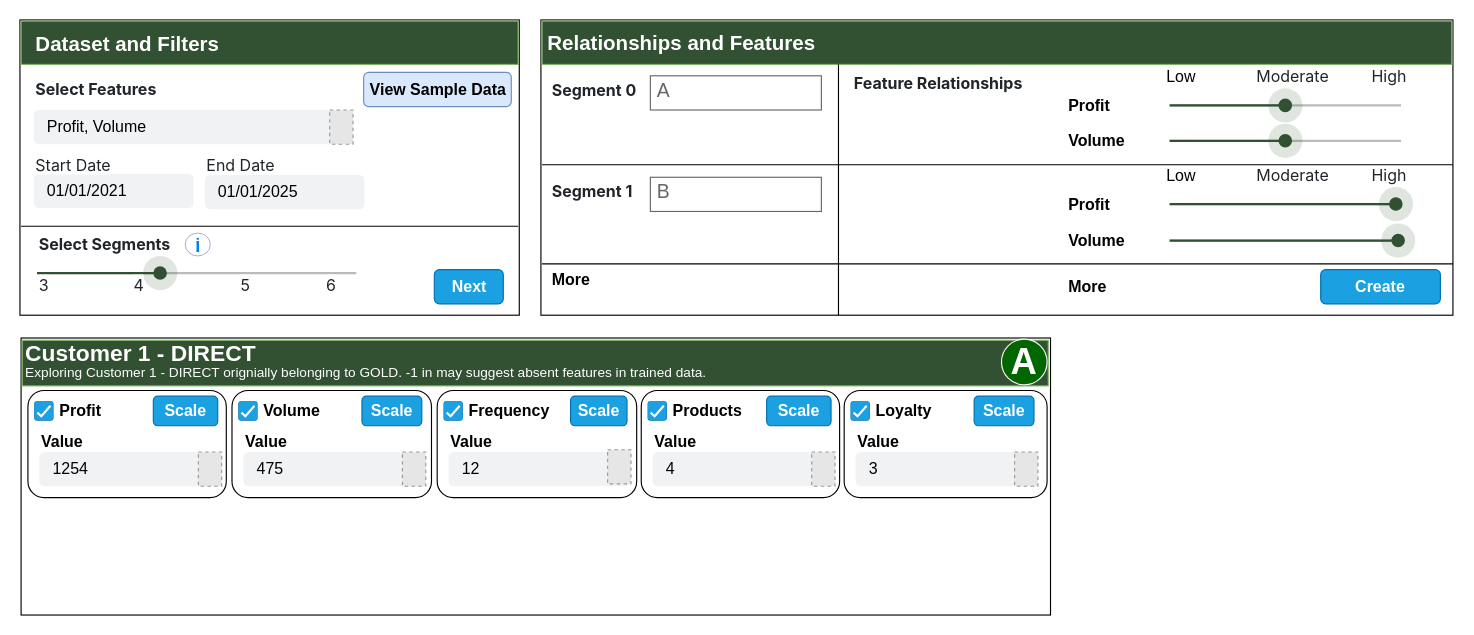
This is page "Page-1" (1 of 2) of ext/i_rel_03.drawio from raeeschaudhary/Coursera_Exams, a draw.io file, before an edit. Source tidied: cells renumbered, new cells numbered last; positions are measured from the earlier drawing's top-left corner, leaving out a move shared by most shapes. Both pictures are drawn from the tidied source at 114%, with x=0, y=0 at pixel (19, 19). Pictures stored in the file or linked from it are replaced by grey dashed boxes.
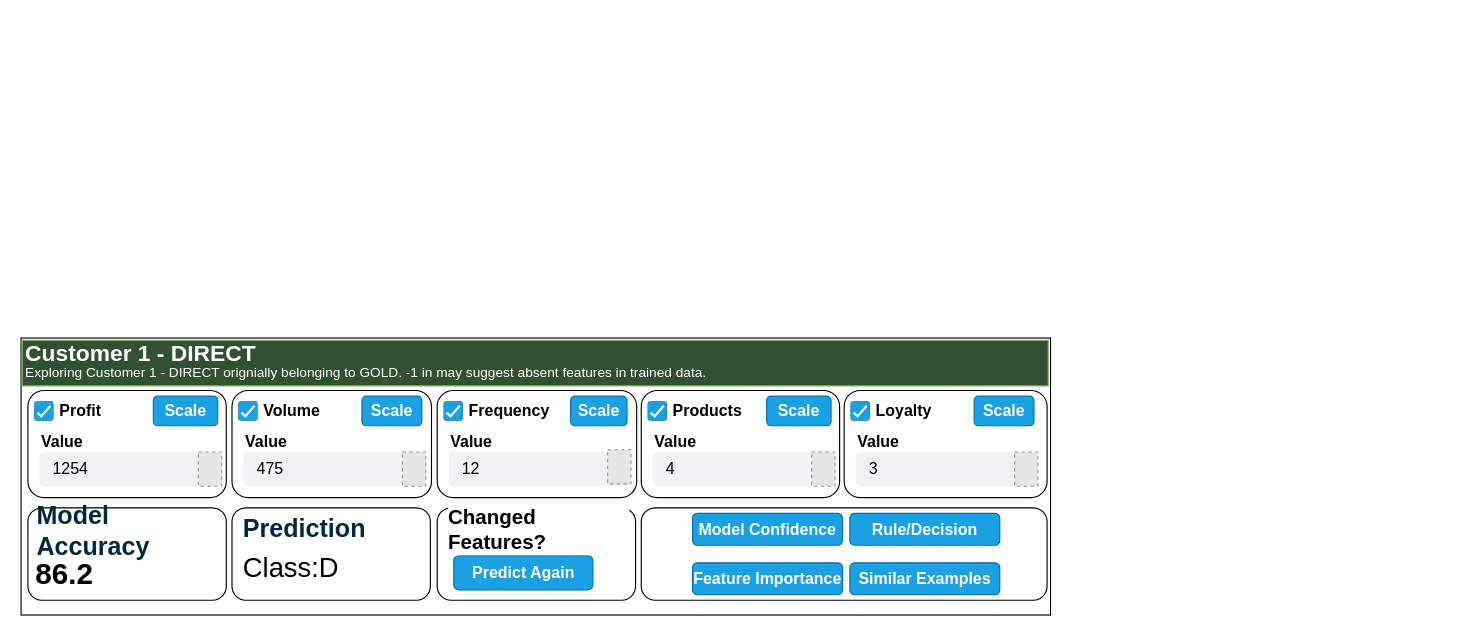
Above is the later version.

The edit, as a diff of the source:
```diff
@@
-    <mxCell id="2" style="rounded=0;whiteSpace=wrap;html=1;fillColor=none;fontFamily=corbel;" parent="1" vertex="1">
-      <mxGeometry x="457" width="800" height="259" as="geometry" />
-    </mxCell>
-    <mxCell id="3" style="rounded=0;whiteSpace=wrap;html=1;fillColor=none;fontFamily=corbel;" parent="1" vertex="1">
-      <mxGeometry width="438" height="259" as="geometry" />
-    </mxCell>
-    <mxCell id="4" style="rounded=0;whiteSpace=wrap;html=1;fillColor=light-dark(#325032, #1f2f1e);fillStyle=solid;strokeColor=#82b366;fontFamily=corbel;labelBorderColor=none;" parent="1" vertex="1">
-      <mxGeometry x="1" y="1" width="436" height="38" as="geometry" />
-    </mxCell>
-    <mxCell id="5" value="&lt;font face=&quot;Helvetica&quot;&gt;Dataset and Filters&lt;/font&gt;" style="text;html=1;align=left;verticalAlign=middle;whiteSpace=wrap;rounded=0;fontColor=#FFFFFF;fontStyle=1;fontSize=18;fontFamily=corbel;" parent="1" vertex="1">
-      <mxGeometry x="12.2" y="12" width="300" height="20" as="geometry" />
-    </mxCell>
-    <mxCell id="6" value="&lt;font face=&quot;-apple-system, BlinkMacSystemFont, Segoe UI, Roboto, Helvetica, Arial, sans-serif, Apple Color Emoji, Segoe UI Emoji&quot; color=&quot;#212529&quot;&gt;&lt;span style=&quot;background-color: rgb(255, 255, 255);&quot;&gt;Select Features&lt;/span&gt;&lt;/font&gt;" style="text;html=1;align=left;verticalAlign=middle;whiteSpace=wrap;rounded=0;fontSize=14;fontFamily=corbel;fontStyle=1;" parent="1" vertex="1">
-      <mxGeometry x="12.2" y="51" width="205.8" height="20" as="geometry" />
-    </mxCell>
-    <mxCell id="7" style="group;fontColor=light-dark(#000000,#010101);fontFamily=corbel;fontSize=16;" parent="1" vertex="1">
-      <mxGeometry x="12.2" y="135" width="140" height="31" as="geometry" />
-    </mxCell>
-    <mxCell id="8" value="01/01/2021" style="rounded=1;fillColor=light-dark(#F1F2F4,#FFFFFF);strokeColor=none;html=1;whiteSpace=wrap;fontColor=light-dark(#000000,#000000);align=left;fontSize=14;spacingLeft=10;sketch=0;fillStyle=solid;fontFamily=corbel;" parent="7" vertex="1">
-      <mxGeometry width="140" height="30" as="geometry" />
-    </mxCell>
-    <mxCell id="9" style="group;fontColor=light-dark(#000000,#010101);fontFamily=corbel;fontSize=16;" parent="1" vertex="1">
-      <mxGeometry x="162.2" y="136" width="140" height="31" as="geometry" />
-    </mxCell>
-    <mxCell id="10" value="01/01/2025" style="rounded=1;fillColor=light-dark(#F1F2F4,#FFFFFF);strokeColor=none;html=1;whiteSpace=wrap;fontColor=light-dark(#000000,#000000);align=left;fontSize=14;spacingLeft=10;sketch=0;fillStyle=solid;fontFamily=corbel;" parent="9" vertex="1">
-      <mxGeometry width="140" height="30" as="geometry" />
-    </mxCell>
-    <mxCell id="11" value="&lt;span style=&quot;color: rgb(33, 37, 41); font-family: -apple-system, BlinkMacSystemFont, &amp;quot;Segoe UI&amp;quot;, Roboto, Helvetica, Arial, sans-serif, &amp;quot;Apple Color Emoji&amp;quot;, &amp;quot;Segoe UI Emoji&amp;quot;; background-color: rgb(255, 255, 255);&quot;&gt;End Date&lt;/span&gt;" style="text;html=1;align=left;verticalAlign=middle;whiteSpace=wrap;rounded=0;fontSize=14;fontFamily=corbel;fontStyle=0;" parent="1" vertex="1">
-      <mxGeometry x="162.2" y="118" width="140" height="20" as="geometry" />
-    </mxCell>
-    <mxCell id="12" value="&lt;span style=&quot;color: rgb(33, 37, 41); font-family: -apple-system, BlinkMacSystemFont, &amp;quot;Segoe UI&amp;quot;, Roboto, Helvetica, Arial, sans-serif, &amp;quot;Apple Color Emoji&amp;quot;, &amp;quot;Segoe UI Emoji&amp;quot;; background-color: rgb(255, 255, 255);&quot;&gt;Start Date&lt;/span&gt;" style="text;html=1;align=left;verticalAlign=middle;whiteSpace=wrap;rounded=0;fontSize=14;fontFamily=corbel;fontStyle=0;" parent="1" vertex="1">
-      <mxGeometry x="12.2" y="118" width="140" height="20" as="geometry" />
-    </mxCell>
-    <mxCell id="13" value="&lt;font face=&quot;-apple-system, BlinkMacSystemFont, Segoe UI, Roboto, Helvetica, Arial, sans-serif, Apple Color Emoji, Segoe UI Emoji&quot; color=&quot;#212529&quot;&gt;&lt;span style=&quot;background-color: rgb(255, 255, 255);&quot;&gt;Select Segments&lt;/span&gt;&lt;/font&gt;" style="text;html=1;align=left;verticalAlign=middle;whiteSpace=wrap;rounded=0;fontSize=14;fontFamily=corbel;fontStyle=1;" parent="1" vertex="1">
-      <mxGeometry x="15" y="187" width="360" height="20" as="geometry" />
-    </mxCell>
-    <mxCell id="14" style="dashed=0;verticalLabelPosition=bottom;verticalAlign=top;align=center;shape=mxgraph.gmdl.sliderFocused;barPos=38.57;strokeColor=light-dark(#325032, #91a1f7);opacity=100;strokeWidth=2;fillColor=light-dark(#325032, #91a1f7);handleSize=30;shadow=0;html=1;" parent="1" vertex="1">
-      <mxGeometry x="15" y="207" width="280" height="30" as="geometry" />
-    </mxCell>
-    <mxCell id="15" value="&lt;span style=&quot;color: rgb(33, 37, 41); font-family: -apple-system, BlinkMacSystemFont, &amp;quot;Segoe UI&amp;quot;, Roboto, Helvetica, Arial, sans-serif, &amp;quot;Apple Color Emoji&amp;quot;, &amp;quot;Segoe UI Emoji&amp;quot;; background-color: rgb(255, 255, 255);&quot;&gt;6&lt;/span&gt;" style="text;html=1;align=left;verticalAlign=middle;whiteSpace=wrap;rounded=0;fontSize=14;fontFamily=corbel;fontStyle=0;" parent="1" vertex="1">
-      <mxGeometry x="267" y="223" width="20" height="20" as="geometry" />
-    </mxCell>
-    <mxCell id="16" value="&lt;font face=&quot;-apple-system, BlinkMacSystemFont, Segoe UI, Roboto, Helvetica, Arial, sans-serif, Apple Color Emoji, Segoe UI Emoji&quot; color=&quot;#212529&quot;&gt;&lt;span style=&quot;background-color: rgb(255, 255, 255);&quot;&gt;3&lt;/span&gt;&lt;/font&gt;" style="text;html=1;align=left;verticalAlign=middle;whiteSpace=wrap;rounded=0;fontSize=14;fontFamily=corbel;fontStyle=0;" parent="1" vertex="1">
-      <mxGeometry x="15" y="223" width="20" height="20" as="geometry" />
-    </mxCell>
-    <mxCell id="17" value="View Sample Data" style="rounded=1;fillColor=#dae8fc;align=center;strokeColor=#6c8ebf;html=1;whiteSpace=wrap;fontSize=14;sketch=0;fontStyle=1;fontFamily=corbel;" parent="1" vertex="1">
-      <mxGeometry x="301.5" y="46" width="129.5" height="30" as="geometry" />
-    </mxCell>
-    <mxCell id="18" style="html=1;verticalLabelPosition=bottom;labelBackgroundColor=#ffffff;verticalAlign=top;shadow=0;dashed=0;strokeWidth=2;shape=mxgraph.ios7.misc.info;strokeColor=#4242B6;sketch=0;" parent="1" vertex="1">
-      <mxGeometry x="145" y="187" width="22" height="20" as="geometry" />
-    </mxCell>
-    <mxCell id="19" value="Next" style="rounded=1;fillColor=#1ba1e2;align=center;strokeColor=#006EAF;html=1;whiteSpace=wrap;fontSize=14;sketch=0;fontStyle=1;fontFamily=corbel;fontColor=#ffffff;" parent="1" vertex="1">
-      <mxGeometry x="363.5" y="219" width="60.5" height="30" as="geometry" />
-    </mxCell>
-    <mxCell id="20" value="&lt;font face=&quot;-apple-system, BlinkMacSystemFont, Segoe UI, Roboto, Helvetica, Arial, sans-serif, Apple Color Emoji, Segoe UI Emoji&quot; color=&quot;#212529&quot;&gt;&lt;span style=&quot;background-color: rgb(255, 255, 255);&quot;&gt;4&lt;/span&gt;&lt;/font&gt;" style="text;html=1;align=left;verticalAlign=middle;whiteSpace=wrap;rounded=0;fontSize=14;fontFamily=corbel;fontStyle=0;" parent="1" vertex="1">
-      <mxGeometry x="98" y="223" width="20" height="20" as="geometry" />
-    </mxCell>
-    <mxCell id="21" value="&lt;font face=&quot;-apple-system, BlinkMacSystemFont, Segoe UI, Roboto, Helvetica, Arial, sans-serif, Apple Color Emoji, Segoe UI Emoji&quot; color=&quot;#212529&quot;&gt;&lt;span style=&quot;background-color: rgb(255, 255, 255);&quot;&gt;5&lt;/span&gt;&lt;/font&gt;" style="text;html=1;align=left;verticalAlign=middle;whiteSpace=wrap;rounded=0;fontSize=14;fontFamily=corbel;fontStyle=0;" parent="1" vertex="1">
-      <mxGeometry x="191.5" y="223" width="20" height="20" as="geometry" />
-    </mxCell>
-    <mxCell id="22" style="dashed=0;verticalLabelPosition=bottom;verticalAlign=top;align=center;shape=mxgraph.gmdl.sliderFocused;barPos=50;strokeColor=light-dark(#325032, #91a1f7);opacity=100;strokeWidth=2;fillColor=light-dark(#325032, #91a1f7);handleSize=30;shadow=0;html=1;" parent="1" vertex="1">
-      <mxGeometry x="1008.5" y="60" width="203" height="30" as="geometry" />
-    </mxCell>
-    <mxCell id="23" value="&lt;span style=&quot;color: rgb(33, 37, 41); font-family: -apple-system, BlinkMacSystemFont, &amp;quot;Segoe UI&amp;quot;, Roboto, Helvetica, Arial, sans-serif, &amp;quot;Apple Color Emoji&amp;quot;, &amp;quot;Segoe UI Emoji&amp;quot;; background-color: rgb(255, 255, 255);&quot;&gt;Moderate&lt;/span&gt;" style="text;html=1;align=left;verticalAlign=middle;whiteSpace=wrap;rounded=0;fontSize=14;fontFamily=corbel;fontStyle=0;" parent="1" vertex="1">
-      <mxGeometry x="1082.5" y="40" width="20" height="20" as="geometry" />
-    </mxCell>
-    <mxCell id="24" value="&lt;span style=&quot;color: rgb(33, 37, 41); font-family: -apple-system, BlinkMacSystemFont, &amp;quot;Segoe UI&amp;quot;, Roboto, Helvetica, Arial, sans-serif, &amp;quot;Apple Color Emoji&amp;quot;, &amp;quot;Segoe UI Emoji&amp;quot;; background-color: rgb(255, 255, 255);&quot;&gt;High&lt;/span&gt;" style="text;html=1;align=left;verticalAlign=middle;whiteSpace=wrap;rounded=0;fontSize=14;fontFamily=corbel;fontStyle=0;" parent="1" vertex="1">
-      <mxGeometry x="1183.5" y="40" width="20" height="20" as="geometry" />
-    </mxCell>
-    <mxCell id="25" value="Low" style="text;html=1;align=left;verticalAlign=middle;whiteSpace=wrap;rounded=0;fontSize=14;fontFamily=corbel;fontStyle=0;" parent="1" vertex="1">
-      <mxGeometry x="1004" y="40" width="20" height="20" as="geometry" />
-    </mxCell>
-    <mxCell id="26" style="rounded=0;whiteSpace=wrap;html=1;fillColor=light-dark(#325032, #1f2f1e);fillStyle=solid;strokeColor=#82b366;fontFamily=corbel;labelBorderColor=none;" parent="1" vertex="1">
-      <mxGeometry x="458" y="1" width="798" height="38" as="geometry" />
-    </mxCell>
-    <mxCell id="27" value="&lt;font face=&quot;Helvetica&quot;&gt;Relationships and Features&lt;/font&gt;" style="text;html=1;align=left;verticalAlign=middle;whiteSpace=wrap;rounded=0;fontColor=#FFFFFF;fontStyle=1;fontSize=18;fontFamily=corbel;" parent="1" vertex="1">
-      <mxGeometry x="461" y="11" width="300" height="20" as="geometry" />
-    </mxCell>
-    <mxCell id="28" value="&lt;font face=&quot;-apple-system, BlinkMacSystemFont, Segoe UI, Roboto, Helvetica, Arial, sans-serif, Apple Color Emoji, Segoe UI Emoji&quot; color=&quot;#212529&quot;&gt;&lt;span style=&quot;background-color: rgb(255, 255, 255);&quot;&gt;Segment 0&lt;/span&gt;&lt;/font&gt;" style="text;html=1;align=left;verticalAlign=middle;whiteSpace=wrap;rounded=0;fontSize=14;fontFamily=corbel;fontStyle=1;" parent="1" vertex="1">
-      <mxGeometry x="465.2" y="52" width="127.8" height="20" as="geometry" />
-    </mxCell>
-    <mxCell id="29" value="A" style="strokeWidth=1;shadow=0;dashed=0;align=center;html=1;shape=mxgraph.mockup.text.textBox;fontColor=#666666;align=left;fontSize=17;spacingLeft=4;spacingTop=-3;whiteSpace=wrap;strokeColor=#666666;mainText=;" parent="1" vertex="1">
-      <mxGeometry x="553" y="49" width="150" height="30" as="geometry" />
-    </mxCell>
-    <mxCell id="30" value="&lt;font face=&quot;-apple-system, BlinkMacSystemFont, Segoe UI, Roboto, Helvetica, Arial, sans-serif, Apple Color Emoji, Segoe UI Emoji&quot; color=&quot;#212529&quot;&gt;&lt;span style=&quot;background-color: rgb(255, 255, 255);&quot;&gt;Feature Relationships&lt;/span&gt;&lt;/font&gt;" style="text;html=1;align=left;verticalAlign=middle;whiteSpace=wrap;rounded=0;fontSize=14;fontFamily=corbel;fontStyle=1;" parent="1" vertex="1">
-      <mxGeometry x="730.2" y="46" width="157.8" height="20" as="geometry" />
-    </mxCell>
-    <mxCell id="31" value="Profit" style="text;html=1;align=left;verticalAlign=middle;whiteSpace=wrap;rounded=0;fontStyle=1;fontColor=light-dark(#000000,#000000);fontFamily=corbel;fontSize=14;" parent="1" vertex="1">
-      <mxGeometry x="918" y="60" width="70" height="30" as="geometry" />
-    </mxCell>
-    <mxCell id="32" style="dashed=0;verticalLabelPosition=bottom;verticalAlign=top;align=center;shape=mxgraph.gmdl.sliderFocused;barPos=50;strokeColor=light-dark(#325032, #91a1f7);opacity=100;strokeWidth=2;fillColor=light-dark(#325032, #91a1f7);handleSize=30;shadow=0;html=1;" parent="1" vertex="1">
-      <mxGeometry x="1008.5" y="91" width="203" height="30" as="geometry" />
-    </mxCell>
-    <mxCell id="33" value="Volume" style="text;html=1;align=left;verticalAlign=middle;whiteSpace=wrap;rounded=0;fontStyle=1;fontColor=light-dark(#000000,#000000);fontFamily=corbel;fontSize=14;" parent="1" vertex="1">
-      <mxGeometry x="918" y="91" width="70" height="30" as="geometry" />
-    </mxCell>
-    <mxCell id="34" value="More" style="text;html=1;align=left;verticalAlign=middle;whiteSpace=wrap;rounded=0;fontStyle=1;fontColor=light-dark(#000000,#000000);fontFamily=corbel;fontSize=14;" parent="1" vertex="1">
-      <mxGeometry x="918" y="219" width="70" height="30" as="geometry" />
-    </mxCell>
-    <mxCell id="35" value="&lt;font face=&quot;-apple-system, BlinkMacSystemFont, Segoe UI, Roboto, Helvetica, Arial, sans-serif, Apple Color Emoji, Segoe UI Emoji&quot; color=&quot;#212529&quot;&gt;&lt;span style=&quot;background-color: rgb(255, 255, 255);&quot;&gt;Segment 1&lt;/span&gt;&lt;/font&gt;" style="text;html=1;align=left;verticalAlign=middle;whiteSpace=wrap;rounded=0;fontSize=14;fontFamily=corbel;fontStyle=1;" parent="1" vertex="1">
-      <mxGeometry x="465.2" y="141" width="127.8" height="20" as="geometry" />
-    </mxCell>
-    <mxCell id="36" value="B" style="strokeWidth=1;shadow=0;dashed=0;align=center;html=1;shape=mxgraph.mockup.text.textBox;fontColor=#666666;align=left;fontSize=17;spacingLeft=4;spacingTop=-3;whiteSpace=wrap;strokeColor=#666666;mainText=;" parent="1" vertex="1">
-      <mxGeometry x="553" y="138" width="150" height="30" as="geometry" />
-    </mxCell>
-    <mxCell id="37" value="More" style="text;html=1;align=left;verticalAlign=middle;whiteSpace=wrap;rounded=0;fontStyle=1;fontColor=light-dark(#000000,#000000);fontFamily=corbel;fontSize=14;" parent="1" vertex="1">
-      <mxGeometry x="465.2" y="213" width="70" height="30" as="geometry" />
-    </mxCell>
-    <mxCell id="38" style="group;fontColor=light-dark(#000000,#010101);fontFamily=corbel;fontSize=16;" parent="1" vertex="1">
-      <mxGeometry x="12.2" y="79" width="280" height="31" as="geometry" />
-    </mxCell>
-    <mxCell id="39" value="Profit, Volume" style="rounded=1;fillColor=light-dark(#F1F2F4,#FFFFFF);strokeColor=none;html=1;whiteSpace=wrap;fontColor=light-dark(#000000,#000000);align=left;fontSize=14;spacingLeft=10;sketch=0;fillStyle=solid;fontFamily=corbel;" parent="38" vertex="1">
-      <mxGeometry width="280" height="30" as="geometry" />
-    </mxCell>
-    <mxCell id="40" style="fillColor=#E6E6E6;strokeColor=#999999;dashed=1;verticalLabelPosition=bottom;labelBackgroundColor=default;verticalAlign=top;fontFamily=corbel;" parent="38" vertex="1">
-      <mxGeometry x="259.5" width="20.5" height="30" as="geometry" />
-    </mxCell>
-    <mxCell id="41" style="endArrow=none;html=1;rounded=0;" parent="1" edge="1">
-      <mxGeometry relative="1" as="geometry">
-        <mxPoint x="718" y="39" as="sourcePoint" />
-        <mxPoint x="718" y="259" as="targetPoint" />
-      </mxGeometry>
-    </mxCell>
-    <mxCell id="42" style="dashed=0;verticalLabelPosition=bottom;verticalAlign=top;align=center;shape=mxgraph.gmdl.sliderFocused;barPos=97.78;strokeColor=light-dark(#325032, #91a1f7);opacity=100;strokeWidth=2;fillColor=light-dark(#325032, #91a1f7);handleSize=30;shadow=0;html=1;" parent="1" vertex="1">
-      <mxGeometry x="1008.5" y="146.5" width="203" height="30" as="geometry" />
-    </mxCell>
-    <mxCell id="43" value="&lt;span style=&quot;color: rgb(33, 37, 41); font-family: -apple-system, BlinkMacSystemFont, &amp;quot;Segoe UI&amp;quot;, Roboto, Helvetica, Arial, sans-serif, &amp;quot;Apple Color Emoji&amp;quot;, &amp;quot;Segoe UI Emoji&amp;quot;; background-color: rgb(255, 255, 255);&quot;&gt;Moderate&lt;/span&gt;" style="text;html=1;align=left;verticalAlign=middle;whiteSpace=wrap;rounded=0;fontSize=14;fontFamily=corbel;fontStyle=0;" parent="1" vertex="1">
-      <mxGeometry x="1082.5" y="126.5" width="20" height="20" as="geometry" />
-    </mxCell>
-    <mxCell id="44" value="&lt;span style=&quot;color: rgb(33, 37, 41); font-family: -apple-system, BlinkMacSystemFont, &amp;quot;Segoe UI&amp;quot;, Roboto, Helvetica, Arial, sans-serif, &amp;quot;Apple Color Emoji&amp;quot;, &amp;quot;Segoe UI Emoji&amp;quot;; background-color: rgb(255, 255, 255);&quot;&gt;High&lt;/span&gt;" style="text;html=1;align=left;verticalAlign=middle;whiteSpace=wrap;rounded=0;fontSize=14;fontFamily=corbel;fontStyle=0;" parent="1" vertex="1">
-      <mxGeometry x="1183.5" y="126.5" width="20" height="20" as="geometry" />
-    </mxCell>
-    <mxCell id="45" value="Low" style="text;html=1;align=left;verticalAlign=middle;whiteSpace=wrap;rounded=0;fontSize=14;fontFamily=corbel;fontStyle=0;" parent="1" vertex="1">
-      <mxGeometry x="1004" y="126.5" width="20" height="20" as="geometry" />
-    </mxCell>
-    <mxCell id="46" value="Profit" style="text;html=1;align=left;verticalAlign=middle;whiteSpace=wrap;rounded=0;fontStyle=1;fontColor=light-dark(#000000,#000000);fontFamily=corbel;fontSize=14;" parent="1" vertex="1">
-      <mxGeometry x="918" y="146.5" width="70" height="30" as="geometry" />
-    </mxCell>
-    <mxCell id="47" style="dashed=0;verticalLabelPosition=bottom;verticalAlign=top;align=center;shape=mxgraph.gmdl.sliderFocused;barPos=98.77;strokeColor=light-dark(#325032, #91a1f7);opacity=100;strokeWidth=2;fillColor=light-dark(#325032, #91a1f7);handleSize=30;shadow=0;html=1;" parent="1" vertex="1">
-      <mxGeometry x="1008.5" y="178.5" width="203" height="30" as="geometry" />
-    </mxCell>
-    <mxCell id="48" value="Volume" style="text;html=1;align=left;verticalAlign=middle;whiteSpace=wrap;rounded=0;fontStyle=1;fontColor=light-dark(#000000,#000000);fontFamily=corbel;fontSize=14;" parent="1" vertex="1">
-      <mxGeometry x="918" y="178.5" width="70" height="30" as="geometry" />
-    </mxCell>
-    <mxCell id="49" style="endArrow=none;html=1;rounded=0;" parent="1" edge="1">
-      <mxGeometry relative="1" as="geometry">
-        <mxPoint x="458" y="127" as="sourcePoint" />
-        <mxPoint x="1257" y="127" as="targetPoint" />
-      </mxGeometry>
-    </mxCell>
-    <mxCell id="50" style="endArrow=none;html=1;rounded=0;" parent="1" edge="1">
-      <mxGeometry relative="1" as="geometry">
-        <mxPoint x="458" y="214" as="sourcePoint" />
-        <mxPoint x="1257" y="214" as="targetPoint" />
-      </mxGeometry>
-    </mxCell>
-    <mxCell id="51" value="Create" style="rounded=1;fillColor=#1ba1e2;align=center;strokeColor=#006EAF;html=1;whiteSpace=wrap;fontSize=14;sketch=0;fontStyle=1;fontFamily=corbel;fontColor=#ffffff;" parent="1" vertex="1">
-      <mxGeometry x="1141" y="219" width="105" height="30" as="geometry" />
-    </mxCell>
-    <mxCell id="52" style="endArrow=none;html=1;rounded=0;" parent="1" edge="1">
-      <mxGeometry relative="1" as="geometry">
-        <mxPoint x="1" y="181" as="sourcePoint" />
-        <mxPoint x="437" y="181" as="targetPoint" />
-      </mxGeometry>
-    </mxCell>
@@
+    <mxCell id="98" style="rounded=1;whiteSpace=wrap;html=1;fontFamily=corbel;fontSize=14;" parent="1" vertex="1">
+      <mxGeometry x="366" y="428" width="174" height="81" as="geometry" />
+    </mxCell>
@@
-    <mxCell id="93" value="A" style="ellipse;whiteSpace=wrap;html=1;fillColor=light-dark(#016500,#E7E7FF);fontColor=#ffffff;strokeColor=light-dark(#f7f7f7, #73b14c);fontStyle=1;fontSize=32;fontFamily=corbel;" parent="1" vertex="1">
-      <mxGeometry x="861" y="280" width="40" height="40" as="geometry" />
-    </mxCell>
@@
+    <mxCell id="99" value="Predict Again" style="rounded=1;fillColor=#1ba1e2;align=center;strokeColor=#006EAF;html=1;whiteSpace=wrap;fontColor=#ffffff;fontSize=14;sketch=0;fontStyle=1;fontFamily=corbel;verticalAlign=middle;" parent="1" vertex="1">
+      <mxGeometry x="380.5" y="470" width="122.1" height="30" as="geometry" />
+    </mxCell>
+    <mxCell id="100" value="Changed Features?" style="text;html=1;align=left;verticalAlign=middle;whiteSpace=wrap;rounded=0;fontSize=18;fontStyle=1;labelBackgroundColor=default;fontFamily=corbel;" parent="1" vertex="1">
+      <mxGeometry x="373.6" y="432" width="160.5" height="31" as="geometry" />
+    </mxCell>
+    <mxCell id="101" style="rounded=1;whiteSpace=wrap;html=1;fontFamily=corbel;fontSize=14;" parent="1" vertex="1">
+      <mxGeometry x="7" y="428" width="174" height="81" as="geometry" />
+    </mxCell>
+    <mxCell id="102" value="Model Accuracy" style="text;html=1;align=left;verticalAlign=middle;whiteSpace=wrap;rounded=0;fontColor=#00293E;fontStyle=1;fontSize=22;fontFamily=corbel;" parent="1" vertex="1">
+      <mxGeometry x="12.6" y="437" width="160.5" height="23" as="geometry" />
+    </mxCell>
+    <mxCell id="103" value="86.2" style="text;html=1;align=left;verticalAlign=middle;whiteSpace=wrap;rounded=0;fontSize=26;fontFamily=corbel;fontStyle=1;" parent="1" vertex="1">
+      <mxGeometry x="11.6" y="471" width="94.4" height="29" as="geometry" />
+    </mxCell>
+    <mxCell id="104" style="rounded=1;whiteSpace=wrap;html=1;fontFamily=corbel;fontSize=14;" parent="1" vertex="1">
+      <mxGeometry x="186" y="428" width="174" height="81" as="geometry" />
+    </mxCell>
+    <mxCell id="105" value="Prediction" style="text;html=1;align=left;verticalAlign=middle;whiteSpace=wrap;rounded=0;fontColor=#00293E;fontStyle=1;fontSize=22;fontFamily=corbel;" parent="1" vertex="1">
+      <mxGeometry x="193.6" y="437" width="122.1" height="20" as="geometry" />
+    </mxCell>
+    <mxCell id="106" value="Class:D" style="text;html=1;align=left;verticalAlign=middle;whiteSpace=wrap;rounded=0;fontSize=24;fontFamily=corbel;" parent="1" vertex="1">
+      <mxGeometry x="193.6" y="473" width="94.4" height="15" as="geometry" />
+    </mxCell>
+    <mxCell id="107" style="rounded=1;whiteSpace=wrap;html=1;fontFamily=corbel;fontSize=14;" parent="1" vertex="1">
+      <mxGeometry x="545" y="428" width="356" height="81" as="geometry" />
+    </mxCell>
+    <mxCell id="108" value="Model Confidence" style="rounded=1;fillColor=#1ba1e2;align=center;strokeColor=#006EAF;html=1;whiteSpace=wrap;fontSize=14;sketch=0;fontStyle=1;fontFamily=corbel;fontColor=#ffffff;" parent="1" vertex="1">
+      <mxGeometry x="590" y="432.8" width="131.5" height="28" as="geometry" />
+    </mxCell>
+    <mxCell id="109" value="Feature Importance" style="rounded=1;fillColor=#1ba1e2;align=center;strokeColor=#006EAF;html=1;whiteSpace=wrap;fontSize=14;sketch=0;fontStyle=1;fontFamily=corbel;fontColor=#ffffff;" parent="1" vertex="1">
+      <mxGeometry x="590" y="476.2" width="131.5" height="28" as="geometry" />
+    </mxCell>
+    <mxCell id="110" value="Rule/Decision" style="rounded=1;fillColor=#1ba1e2;align=center;strokeColor=#006EAF;html=1;whiteSpace=wrap;fontSize=14;sketch=0;fontStyle=1;fontFamily=corbel;fontColor=#ffffff;" parent="1" vertex="1">
+      <mxGeometry x="728" y="432.8" width="131.5" height="28" as="geometry" />
+    </mxCell>
+    <mxCell id="111" value="Similar Examples" style="rounded=1;fillColor=#1ba1e2;align=center;strokeColor=#006EAF;html=1;whiteSpace=wrap;fontSize=14;sketch=0;fontStyle=1;fontFamily=corbel;fontColor=#ffffff;" parent="1" vertex="1">
+      <mxGeometry x="728" y="476.2" width="131.5" height="28" as="geometry" />
+    </mxCell>
```
